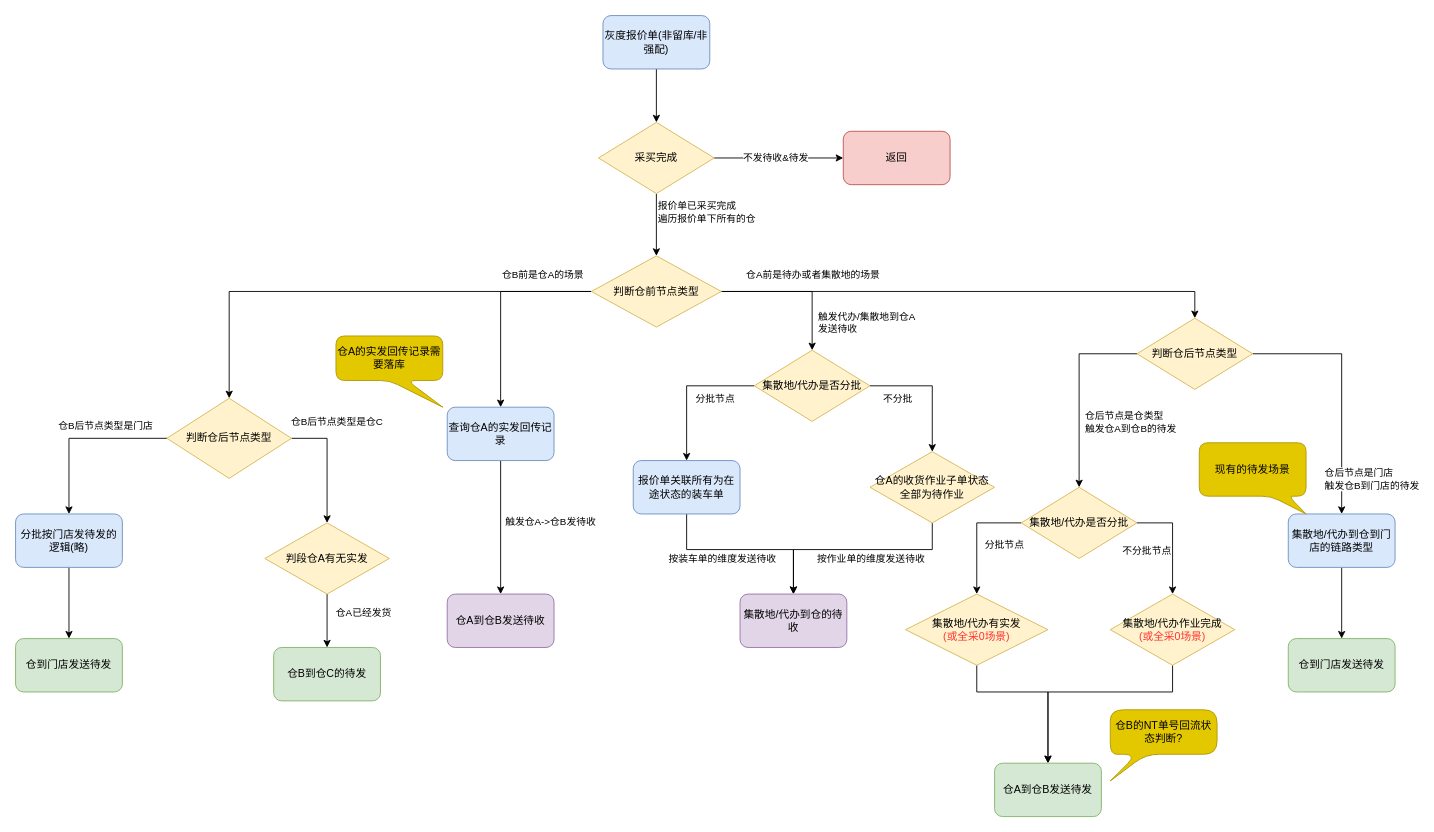
Before: page "流程" (1 of 2) of 待发.drawio in lipf1024/-, a draw.io diagram. Source tidied: cells renumbered, new cells numbered last; positions are measured from the earlier drawing's top-left corner, leaving out a move shared by most shapes. Both pictures are drawn from the tidied source at 89%, with x=0, y=0 at pixel (15, 15).
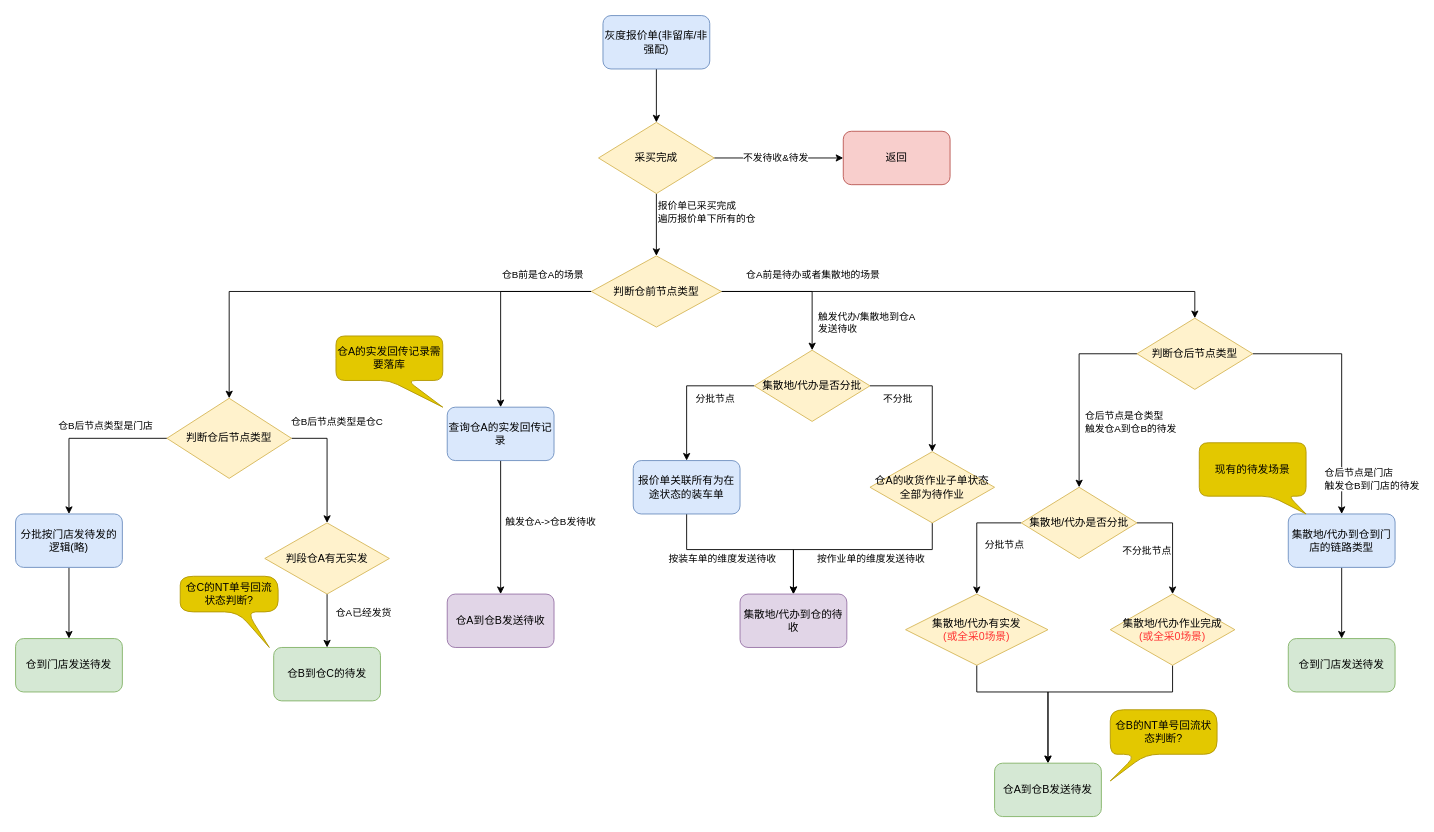
The same diagram, later.

What changed in the source:
```diff
@@
+    <mxCell id="67" value="仓C的NT单号回流状态判断?" style="shape=callout;whiteSpace=wrap;html=1;perimeter=calloutPerimeter;size=40;position=0.59;position2=0.91;fillColor=#e3c800;fontColor=#000000;strokeColor=#B09500;rounded=1;base=10;arcSize=30;" parent="1" vertex="1">
+      <mxGeometry x="185" y="630" width="110" height="80" as="geometry" />
+    </mxCell>
```
